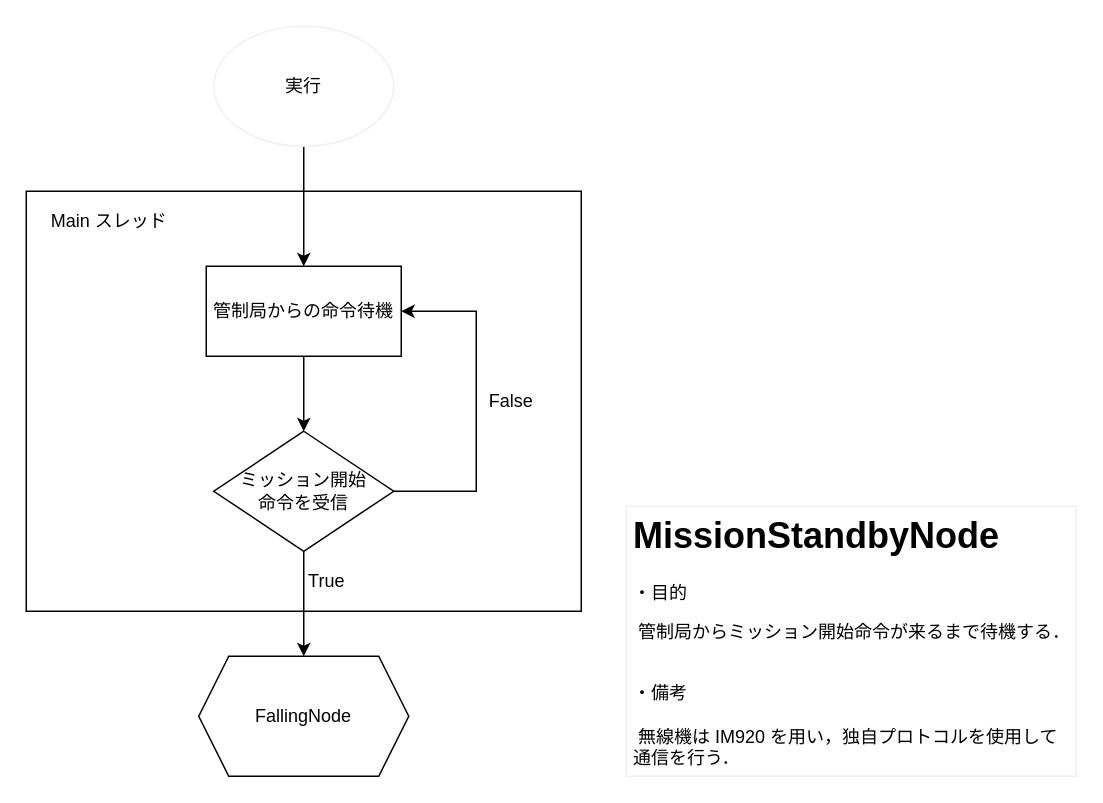
Before: page "MissionStandbyNode" (2 of 9) of docs/nodes/parent/flowchart.drawio in FROM-THE-EARTH/canbeta, a draw.io diagram. Source tidied: cells renumbered, new cells numbered last; positions are measured from the earlier drawing's top-left corner, leaving out a move shared by most shapes. Both pictures are drawn from the tidied source at 150%, with x=0, y=0 at pixel (26, 26).
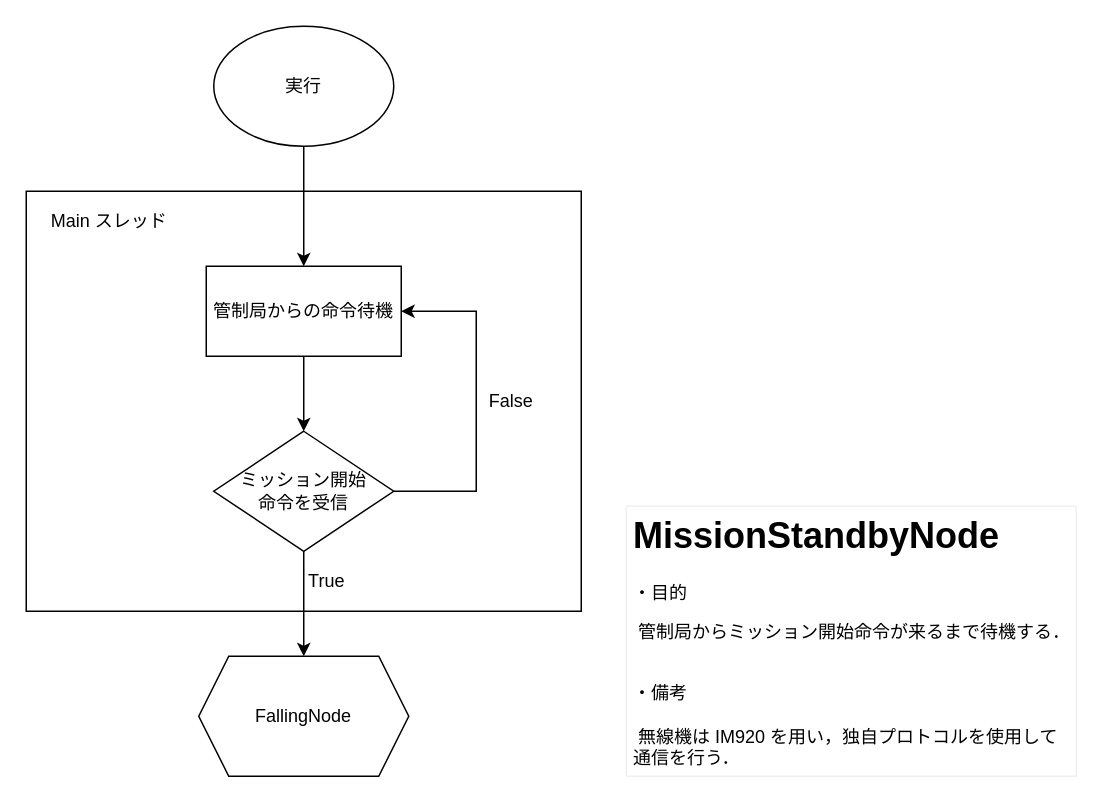
Above is the later version.

Diff of the diagram source:
```diff
@@
 <mxGraphModel>
   <root>
     <mxCell id="0" />
     <mxCell id="1" parent="0" />
     <mxCell id="2" style="rounded=0;whiteSpace=wrap;html=1;fillColor=none;" parent="1" vertex="1">
       <mxGeometry y="110" width="370" height="280" as="geometry" />
     </mxCell>
     <mxCell id="3" style="edgeStyle=orthogonalEdgeStyle;rounded=0;jettySize=auto;html=1;" parent="1" edge="1" source="4" target="7">
       <mxGeometry relative="1" as="geometry" />
     </mxCell>
     <mxCell id="4" value="管制局からの命令待機" style="whiteSpace=wrap;html=1;rounded=0;" parent="1" vertex="1">
       <mxGeometry x="120" y="160" width="130" height="60" as="geometry" />
     </mxCell>
     <mxCell id="5" style="edgeStyle=orthogonalEdgeStyle;rounded=0;jettySize=auto;html=1;entryX=0.5;entryY=0;entryDx=0;entryDy=0;" parent="1" edge="1" source="7" target="9">
       <mxGeometry relative="1" as="geometry" />
     </mxCell>
     <mxCell id="6" style="edgeStyle=orthogonalEdgeStyle;rounded=0;jettySize=auto;html=1;entryX=1;entryY=0.5;entryDx=0;entryDy=0;exitX=1;exitY=0.5;exitDx=0;exitDy=0;" parent="1" edge="1" source="7" target="4">
       <mxGeometry relative="1" as="geometry">
         <Array as="points">
           <mxPoint x="300" y="310" />
           <mxPoint x="300" y="190" />
         </Array>
       </mxGeometry>
     </mxCell>
     <mxCell id="7" value="ミッション開始&lt;br&gt;命令を受信" style="rhombus;whiteSpace=wrap;html=1;rounded=0;" parent="1" vertex="1">
       <mxGeometry x="125" y="270" width="120" height="80" as="geometry" />
     </mxCell>
     <mxCell id="8" value="False" style="text;html=1;align=center;verticalAlign=middle;" parent="1" vertex="1">
       <mxGeometry x="303" y="240" width="40" height="20" as="geometry" />
     </mxCell>
     <mxCell id="9" value="FallingNode" style="shape=hexagon;perimeter=hexagonPerimeter2;whiteSpace=wrap;html=1;fixedSize=1;" parent="1" vertex="1">
       <mxGeometry x="115" y="420" width="140" height="80" as="geometry" />
     </mxCell>
     <mxCell id="10" value="True" style="text;html=1;align=center;verticalAlign=middle;" parent="1" vertex="1">
       <mxGeometry x="180" y="360" width="40" height="20" as="geometry" />
     </mxCell>
     <mxCell id="11" style="edgeStyle=orthogonalEdgeStyle;rounded=0;jettySize=auto;html=1;" parent="1" edge="1" source="14" target="4">
       <mxGeometry relative="1" as="geometry" />
     </mxCell>
     <mxCell id="12" value="Main スレッド" style="text;html=1;align=center;verticalAlign=middle;" parent="1" vertex="1">
       <mxGeometry x="10" y="120" width="90" height="20" as="geometry" />
     </mxCell>
     <mxCell id="13" value="&lt;h1&gt;MissionStandbyNode&lt;/h1&gt;&lt;p&gt;・目的&lt;/p&gt;&lt;p&gt;&amp;nbsp;管制局からミッション開始命令が来るまで待機する．&lt;/p&gt;&lt;br&gt;・備考&lt;br&gt;&lt;br&gt;&amp;nbsp;無線機は IM920 を用い，独自プロトコルを使用して通信を行う．" style="text;html=1;fillColor=none;spacing=5;spacingTop=-20;whiteSpace=wrap;overflow=hidden;rounded=0;strokeColor=#f0f0f0;" parent="1" vertex="1">
       <mxGeometry x="400" y="320" width="300" height="180" as="geometry" />
     </mxCell>
-    <mxCell id="14" value="実行" style="ellipse;whiteSpace=wrap;html=1;strokeColor=#f0f0f0;" parent="1" vertex="1">
+    <mxCell id="14" value="実行" style="ellipse;whiteSpace=wrap;html=1;" parent="1" vertex="1">
       <mxGeometry x="125" width="120" height="80" as="geometry" />
     </mxCell>
   </root>
 </mxGraphModel>
```
